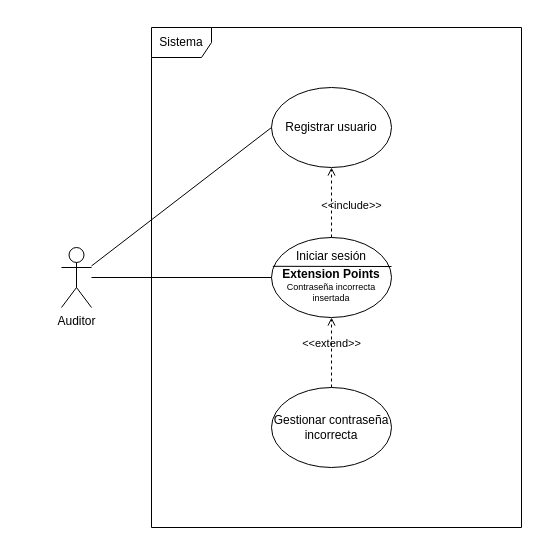
Carrivax/diagrams keeps this draw.io diagram as page "Gestión de usuarios" (1 of 3) of useCases.drawio. Above is the earlier version. Source tidied: cells renumbered, new cells numbered last; positions are measured from the earlier drawing's top-left corner, leaving out a move shared by most shapes. Both pictures are drawn from the tidied source at 100%, with x=0, y=0 at pixel (61, 27).
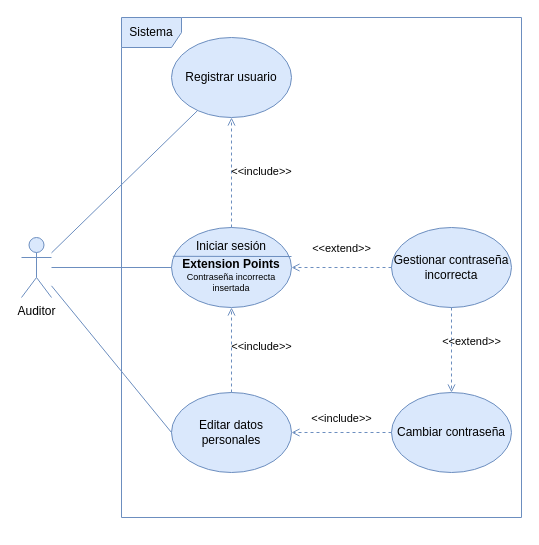
The same diagram, later.

Diff of the diagram source:
```diff
@@
+    <mxCell id="13" value="Sistema" style="shape=umlFrame;whiteSpace=wrap;html=1;fillColor=#dae8fc;strokeColor=#6c8ebf;" parent="1" vertex="1">
+      <mxGeometry x="60" y="-10" width="400" height="500" as="geometry" />
+    </mxCell>
-    <mxCell id="2" value="&lt;div&gt;Auditor&lt;/div&gt;&lt;div&gt;&lt;br&gt;&lt;/div&gt;" style="shape=umlActor;verticalLabelPosition=bottom;verticalAlign=top;html=1;outlineConnect=0;" parent="1" vertex="1">
-      <mxGeometry y="220" width="30" height="60" as="geometry" />
+    <mxCell id="2" value="&lt;div&gt;Auditor&lt;/div&gt;&lt;div&gt;&lt;br&gt;&lt;/div&gt;" style="shape=umlActor;verticalLabelPosition=bottom;verticalAlign=top;html=1;outlineConnect=0;fillColor=#dae8fc;strokeColor=#6c8ebf;" parent="1" vertex="1">
+      <mxGeometry x="-40" y="210" width="30" height="60" as="geometry" />
     </mxCell>
     <mxCell id="3" style="group;" parent="1" vertex="1">
-      <mxGeometry x="210" y="210" width="120" height="80" as="geometry" />
+      <mxGeometry x="110" y="200" width="120" height="80" as="geometry" />
     </mxCell>
-    <mxCell id="4" value="&lt;div&gt;Iniciar sesión&lt;/div&gt;&lt;div&gt;&lt;br&gt;&lt;/div&gt;&lt;div&gt;&lt;br&gt;&lt;/div&gt;&lt;div&gt;&lt;br&gt;&lt;/div&gt;" style="ellipse;whiteSpace=wrap;html=1;" parent="3" vertex="1">
+    <mxCell id="4" value="&lt;div&gt;Iniciar sesión&lt;/div&gt;&lt;div&gt;&lt;br&gt;&lt;/div&gt;&lt;div&gt;&lt;br&gt;&lt;/div&gt;&lt;div&gt;&lt;br&gt;&lt;/div&gt;" style="ellipse;whiteSpace=wrap;html=1;fillColor=#dae8fc;strokeColor=#6c8ebf;" parent="3" vertex="1">
       <mxGeometry width="120" height="80" as="geometry" />
     </mxCell>
-    <mxCell id="5" style="endArrow=none;html=1;exitX=0.011;exitY=0.348;exitDx=0;exitDy=0;exitPerimeter=0;" parent="3" edge="1">
+    <mxCell id="5" style="endArrow=none;html=1;exitX=0.011;exitY=0.348;exitDx=0;exitDy=0;exitPerimeter=0;fillColor=#dae8fc;strokeColor=#6c8ebf;" parent="3" edge="1">
       <mxGeometry relative="1" as="geometry">
         <mxPoint x="1.3" y="28.8" as="sourcePoint" />
         <mxPoint x="120" y="29" as="targetPoint" />
       </mxGeometry>
     </mxCell>
-    <mxCell id="6" value="&lt;div&gt;&lt;b&gt;Extension Points&lt;/b&gt;&lt;/div&gt;&lt;div style=&quot;font-size: 9px&quot;&gt;Contraseña incorrecta insertada&lt;b&gt;&lt;br&gt;&lt;/b&gt;&lt;/div&gt;&lt;div&gt;&lt;b&gt;&lt;br&gt;&lt;/b&gt;&lt;/div&gt;" style="text;html=1;strokeColor=none;fillColor=none;align=center;verticalAlign=middle;whiteSpace=wrap;rounded=0;" parent="3" vertex="1">
+    <mxCell id="6" value="&lt;div&gt;&lt;b&gt;Extension Points&lt;/b&gt;&lt;/div&gt;&lt;div style=&quot;font-size: 9px&quot;&gt;Contraseña incorrecta insertada&lt;b&gt;&lt;br&gt;&lt;/b&gt;&lt;/div&gt;&lt;div&gt;&lt;b&gt;&lt;br&gt;&lt;/b&gt;&lt;/div&gt;" style="text;html=1;align=center;verticalAlign=middle;whiteSpace=wrap;rounded=0;" parent="3" vertex="1">
       <mxGeometry x="10" y="30" width="100" height="50" as="geometry" />
     </mxCell>
-    <mxCell id="7" value="Gestionar contraseña incorrecta" style="ellipse;whiteSpace=wrap;html=1;" parent="1" vertex="1">
-      <mxGeometry x="210" y="360" width="120" height="80" as="geometry" />
+    <mxCell id="7" value="Gestionar contraseña incorrecta" style="ellipse;whiteSpace=wrap;html=1;fillColor=#dae8fc;strokeColor=#6c8ebf;" parent="1" vertex="1">
+      <mxGeometry x="330" y="200" width="120" height="80" as="geometry" />
     </mxCell>
-    <mxCell id="8" value="&amp;lt;&amp;lt;extend&amp;gt;&amp;gt;" style="html=1;verticalAlign=bottom;labelBackgroundColor=none;endArrow=open;endFill=0;dashed=1;entryX=0.5;entryY=1;entryDx=0;entryDy=0;" parent="1" edge="1" source="7" target="6">
-      <mxGeometry relative="1" as="geometry" />
+    <mxCell id="8" value="&amp;lt;&amp;lt;extend&amp;gt;&amp;gt;" style="html=1;verticalAlign=bottom;labelBackgroundColor=none;endArrow=open;endFill=0;dashed=1;entryX=1;entryY=0.5;entryDx=0;entryDy=0;fillColor=#dae8fc;strokeColor=#6c8ebf;" parent="1" edge="1" source="7" target="4">
+      <mxGeometry y="-10" relative="1" as="geometry" />
     </mxCell>
-    <mxCell id="9" style="endArrow=none;html=1;entryX=0;entryY=0.5;entryDx=0;entryDy=0;" parent="1" edge="1" source="2" target="4">
+    <mxCell id="9" style="endArrow=none;html=1;entryX=0;entryY=0.5;entryDx=0;entryDy=0;fillColor=#dae8fc;strokeColor=#6c8ebf;" parent="1" edge="1" source="2" target="4">
       <mxGeometry relative="1" as="geometry" />
     </mxCell>
-    <mxCell id="10" value="Registrar usuario" style="ellipse;whiteSpace=wrap;html=1;" parent="1" vertex="1">
-      <mxGeometry x="210" y="60" width="120" height="80" as="geometry" />
+    <mxCell id="10" value="Registrar usuario" style="ellipse;whiteSpace=wrap;html=1;fillColor=#dae8fc;strokeColor=#6c8ebf;" parent="1" vertex="1">
+      <mxGeometry x="110" y="10" width="120" height="80" as="geometry" />
     </mxCell>
-    <mxCell id="11" style="endArrow=none;html=1;entryX=0;entryY=0.5;entryDx=0;entryDy=0;" parent="1" edge="1" source="2" target="10">
+    <mxCell id="11" style="endArrow=none;html=1;fillColor=#dae8fc;strokeColor=#6c8ebf;" parent="1" edge="1" source="2" target="10">
       <mxGeometry relative="1" as="geometry" />
     </mxCell>
-    <mxCell id="12" value="&amp;lt;&amp;lt;include&amp;gt;&amp;gt;" style="html=1;verticalAlign=bottom;labelBackgroundColor=none;endArrow=open;endFill=0;dashed=1;entryX=0.5;entryY=1;entryDx=0;entryDy=0;" parent="1" edge="1" source="4" target="10">
-      <mxGeometry x="-0.33" y="-20" relative="1" as="geometry" />
+    <mxCell id="12" value="&amp;lt;&amp;lt;include&amp;gt;&amp;gt;" style="html=1;verticalAlign=bottom;labelBackgroundColor=none;endArrow=open;endFill=0;dashed=1;entryX=0.5;entryY=1;entryDx=0;entryDy=0;fillColor=#dae8fc;strokeColor=#6c8ebf;" parent="1" edge="1" source="4" target="10">
+      <mxGeometry x="-0.14" y="-30" relative="1" as="geometry" />
     </mxCell>
-    <mxCell id="13" value="Sistema" style="shape=umlFrame;whiteSpace=wrap;html=1;" parent="1" vertex="1">
-      <mxGeometry x="90" width="370" height="500" as="geometry" />
-    </mxCell>
+    <mxCell id="14" value="&lt;div&gt;Editar datos&lt;/div&gt;&lt;div&gt;personales&lt;br&gt;&lt;/div&gt;" style="ellipse;whiteSpace=wrap;html=1;fillColor=#dae8fc;strokeColor=#6c8ebf;" parent="1" vertex="1">
+      <mxGeometry x="110" y="365" width="120" height="80" as="geometry" />
+    </mxCell>
+    <mxCell id="15" style="endArrow=none;html=1;entryX=0;entryY=0.5;entryDx=0;entryDy=0;fillColor=#dae8fc;strokeColor=#6c8ebf;" parent="1" edge="1" source="2" target="14">
+      <mxGeometry relative="1" as="geometry" />
+    </mxCell>
+    <mxCell id="16" value="&amp;lt;&amp;lt;extend&amp;gt;&amp;gt;" style="html=1;verticalAlign=bottom;labelBackgroundColor=none;endArrow=open;endFill=0;dashed=1;fillColor=#dae8fc;strokeColor=#6c8ebf;exitX=0.5;exitY=1;exitDx=0;exitDy=0;entryX=0.5;entryY=0;entryDx=0;entryDy=0;" parent="1" edge="1" source="7" target="17">
+      <mxGeometry y="20" relative="1" as="geometry" />
+    </mxCell>
+    <mxCell id="17" value="Cambiar contraseña" style="ellipse;whiteSpace=wrap;html=1;fillColor=#dae8fc;strokeColor=#6c8ebf;" parent="1" vertex="1">
+      <mxGeometry x="330" y="365" width="120" height="80" as="geometry" />
+    </mxCell>
+    <mxCell id="18" value="&amp;lt;&amp;lt;include&amp;gt;&amp;gt;" style="html=1;verticalAlign=bottom;labelBackgroundColor=none;endArrow=open;endFill=0;dashed=1;entryX=1;entryY=0.5;entryDx=0;entryDy=0;fillColor=#dae8fc;strokeColor=#6c8ebf;exitX=0;exitY=0.5;exitDx=0;exitDy=0;" parent="1" edge="1" source="17" target="14">
+      <mxGeometry y="-5" relative="1" as="geometry" />
+    </mxCell>
+    <mxCell id="19" value="&amp;lt;&amp;lt;include&amp;gt;&amp;gt;" style="html=1;verticalAlign=bottom;labelBackgroundColor=none;endArrow=open;endFill=0;dashed=1;entryX=0.5;entryY=1;entryDx=0;entryDy=0;fillColor=#dae8fc;strokeColor=#6c8ebf;exitX=0.5;exitY=0;exitDx=0;exitDy=0;" parent="1" edge="1" source="14" target="6">
+      <mxGeometry x="-0.14" y="-30" relative="1" as="geometry" />
+    </mxCell>
```
